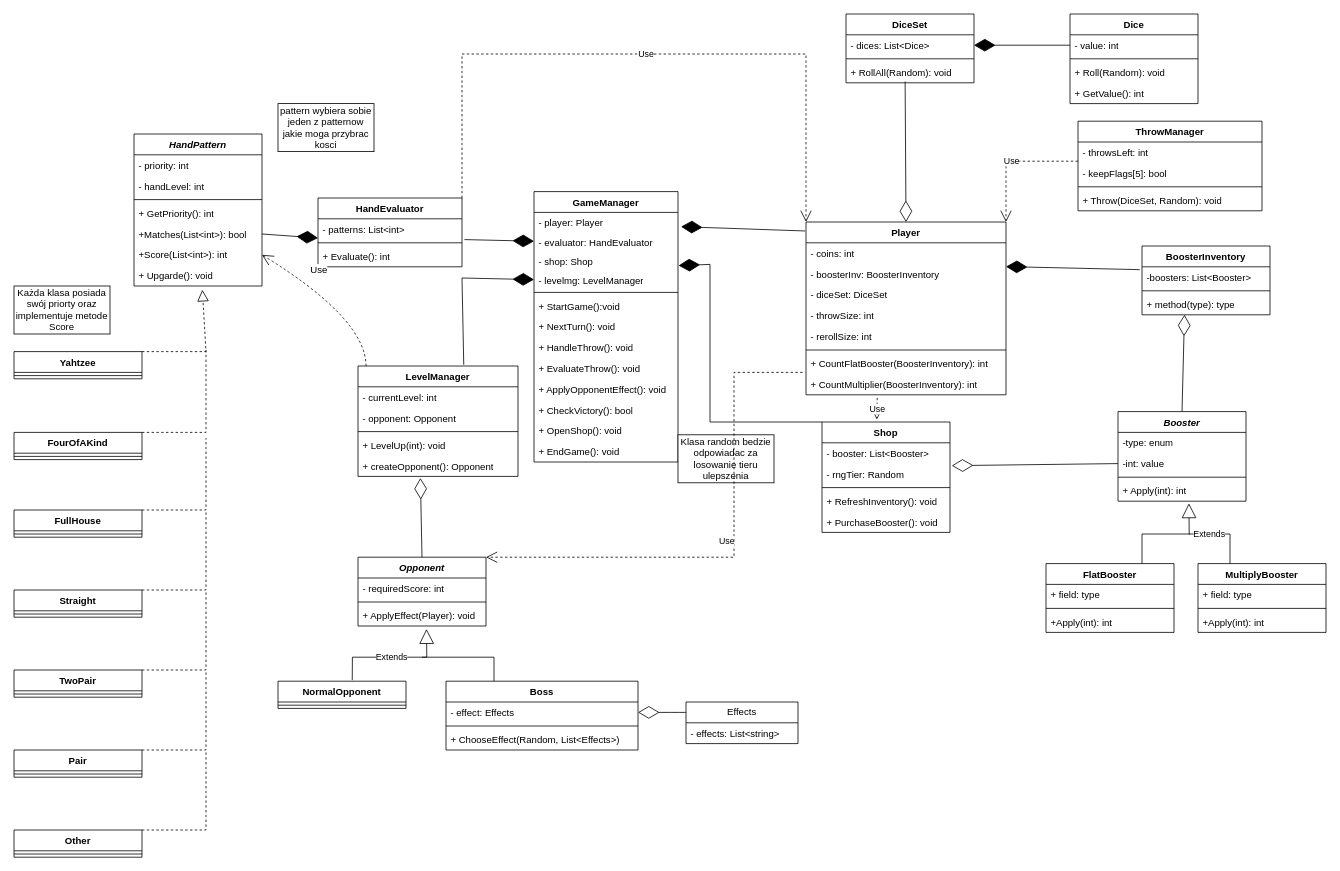
This is DiceGame.drawio from kcprlal/DiceGame, a draw.io file, before an edit. Source tidied: cells renumbered, new cells numbered last; positions are measured from the earlier drawing's top-left corner, leaving out a move shared by most shapes. Both pictures are drawn from the tidied source at 80%, with x=0, y=0 at pixel (14, 14).
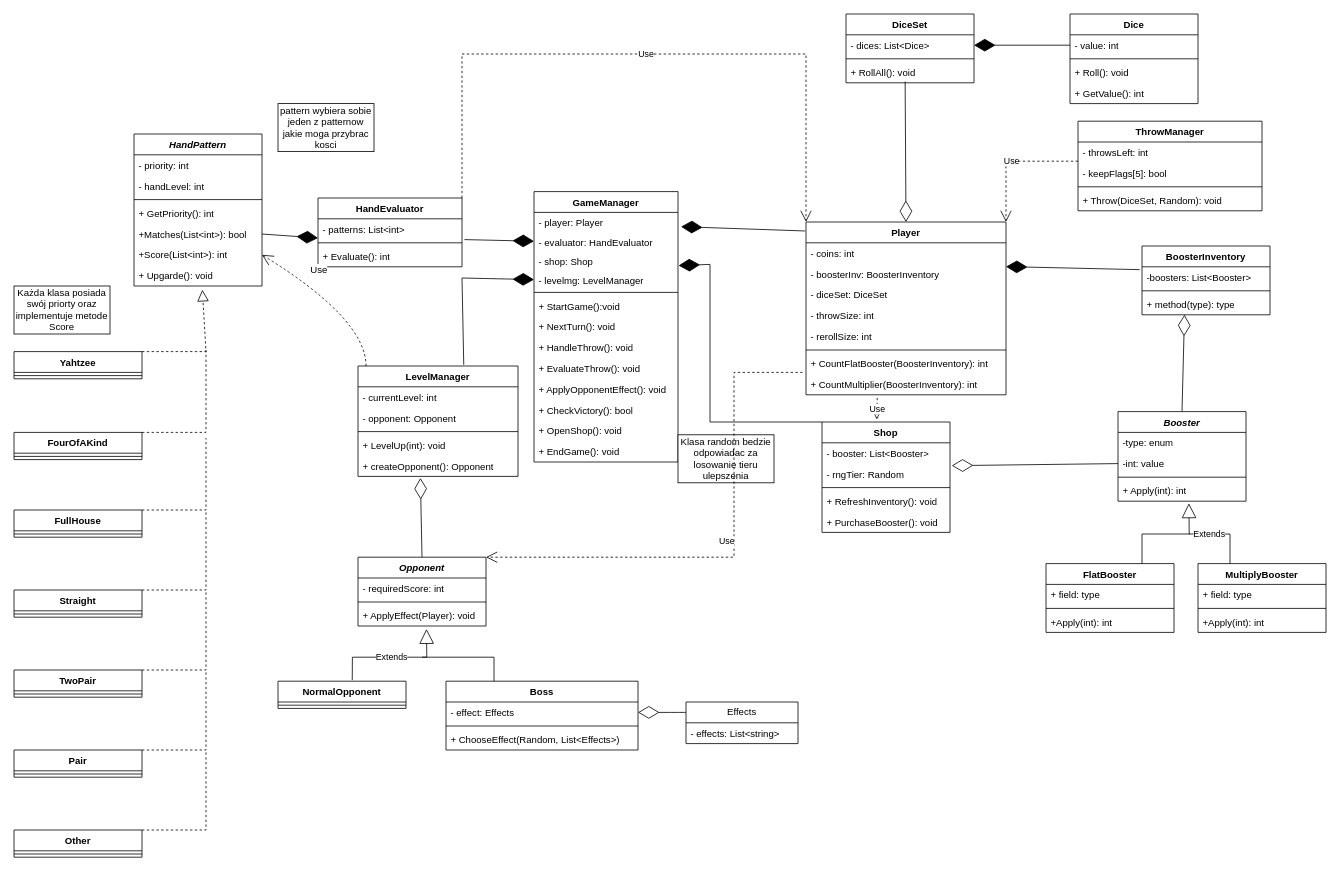
The same diagram, later.

The change refers to these unchanged cells:
```xml
<mxCell id="107" value="DiceSet" style="swimlane;fontStyle=1;align=center;verticalAlign=top;horizontal=1;startSize=26;whiteSpace=wrap;html=1;" parent="1" vertex="1">
  <mxGeometry x="1040" width="160" height="86" as="geometry" />
</mxCell>
<mxCell id="111" value="Dice" style="swimlane;fontStyle=1;align=center;verticalAlign=top;horizontal=1;startSize=26;whiteSpace=wrap;html=1;" parent="1" vertex="1">
  <mxGeometry x="1320" width="160" height="112" as="geometry" />
</mxCell>
```

Diff of the diagram source:
```diff
@@
-    <mxCell id="110" value="+ RollAll(Random): void" style="text;strokeColor=none;fillColor=none;align=left;verticalAlign=top;spacingLeft=4;spacingRight=4;overflow=hidden;points=[[0,0.5],[1,0.5]];portConstraint=eastwest;whiteSpace=wrap;html=1;" parent="107" vertex="1">
+    <mxCell id="110" value="+ RollAll(): void" style="text;strokeColor=none;fillColor=none;align=left;verticalAlign=top;spacingLeft=4;spacingRight=4;overflow=hidden;points=[[0,0.5],[1,0.5]];portConstraint=eastwest;whiteSpace=wrap;html=1;" parent="107" vertex="1">
       <mxGeometry y="60" width="160" height="26" as="geometry" />
     </mxCell>
@@
-    <mxCell id="114" value="+ Roll(Random): void" style="text;strokeColor=none;fillColor=none;align=left;verticalAlign=top;spacingLeft=4;spacingRight=4;overflow=hidden;whiteSpace=wrap;html=1;" parent="111" vertex="1">
+    <mxCell id="114" value="+ Roll(): void" style="text;strokeColor=none;fillColor=none;align=left;verticalAlign=top;spacingLeft=4;spacingRight=4;overflow=hidden;whiteSpace=wrap;html=1;" parent="111" vertex="1">
       <mxGeometry y="60" width="160" height="26" as="geometry" />
     </mxCell>
```
